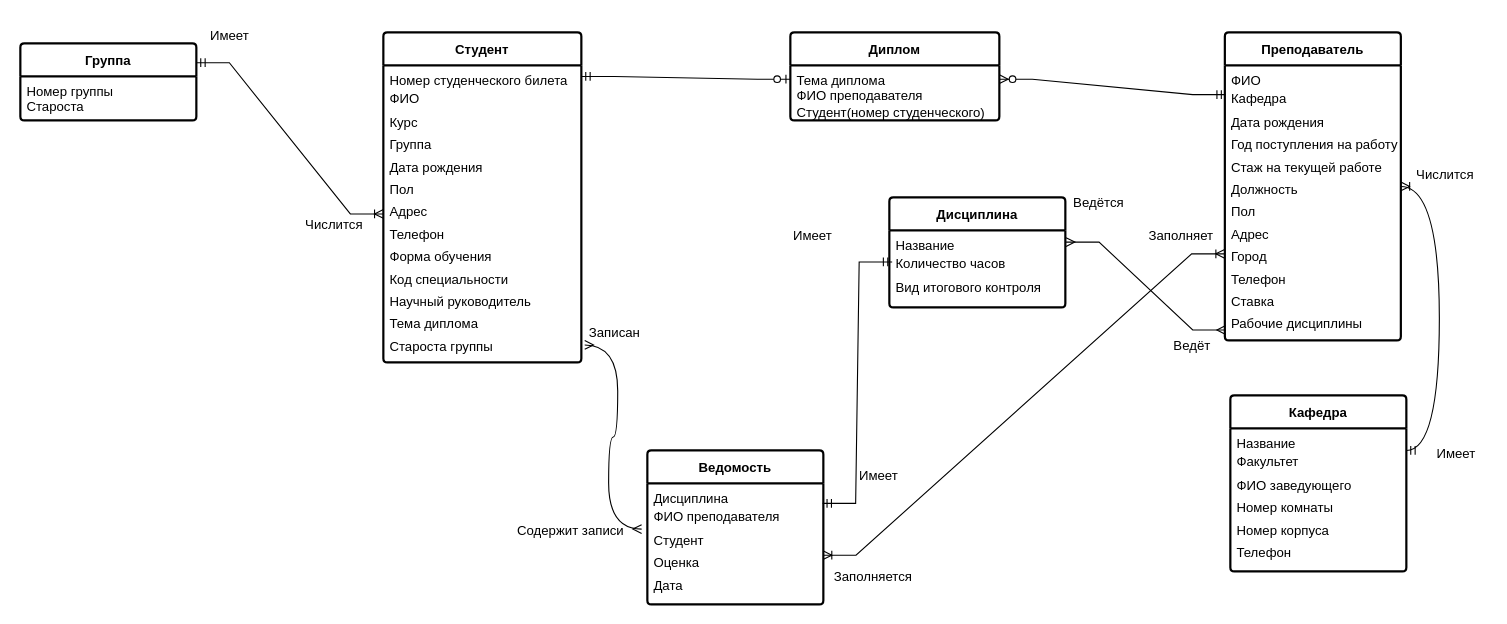
This is University/Копия Учебный отдел факультета.drawio from Vlad1000nn/MyGit, a draw.io file, before an edit. Source tidied: cells renumbered, new cells numbered last; positions are measured from the earlier drawing's top-left corner, leaving out a move shared by most shapes. Both pictures are drawn from the tidied source at 110%, with x=0, y=0 at pixel (20, 19).
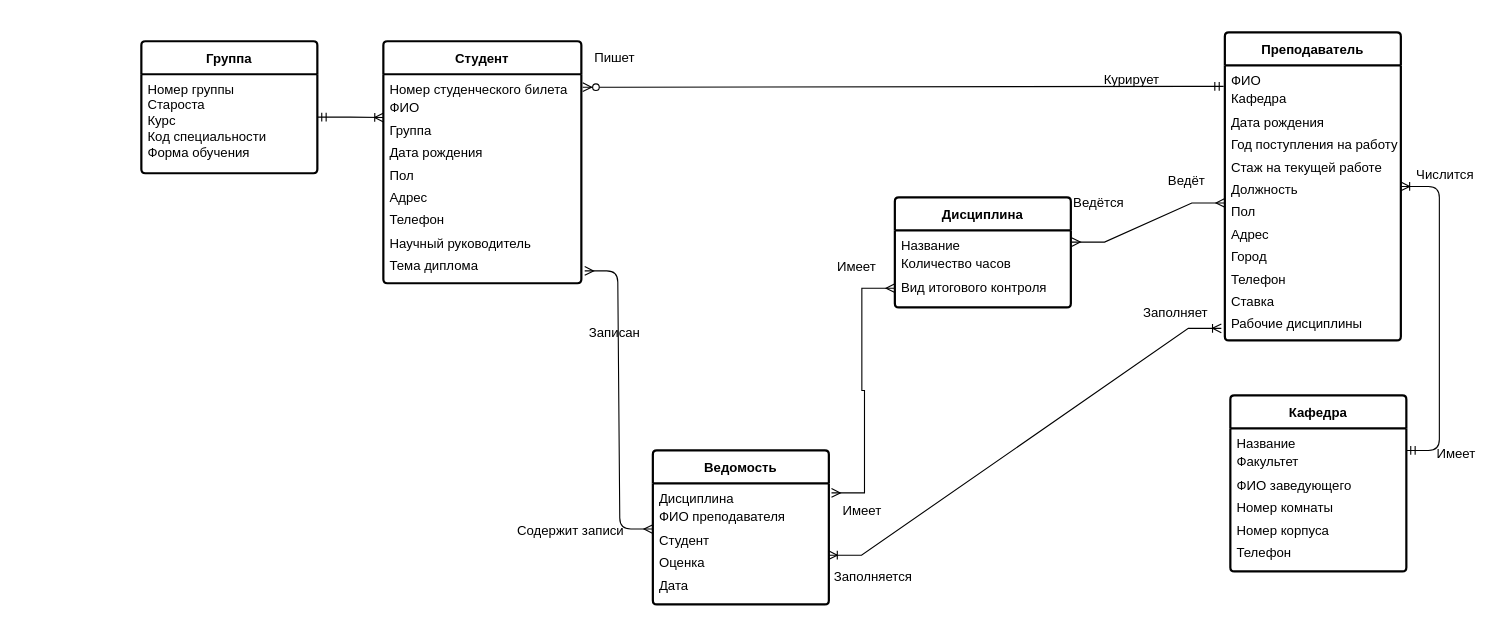
The same page after the edit.

The change refers to these unchanged cells:
```xml
<mxCell id="3" value="Название&lt;div style=&quot;line-height: 170%;&quot;&gt;Количество часов&lt;/div&gt;&lt;div style=&quot;line-height: 170%;&quot;&gt;Вид итогового контроля&lt;/div&gt;" style="align=left;strokeColor=none;fillColor=none;spacingLeft=4;fontSize=12;verticalAlign=top;html=1;" parent="2" vertex="1">
  <mxGeometry y="30" width="160" height="70" as="geometry" />
</mxCell>
<mxCell id="6" value="&lt;b&gt;&lt;font style=&quot;font-size: 12px;&quot;&gt;Преподаватель&lt;/font&gt;&lt;/b&gt;" style="swimlane;horizontal=1;startSize=30;rounded=1;fontSize=14;fontStyle=0;strokeWidth=2;shadow=0;dashed=0;align=center;arcSize=4;whiteSpace=wrap;html=1;" parent="1" vertex="1">
  <mxGeometry x="1095" y="12" width="160" height="280" as="geometry" />
</mxCell>
<mxCell id="7" value="ФИО&lt;div style=&quot;line-height: 170%;&quot;&gt;Кафедра&lt;/div&gt;&lt;div style=&quot;line-height: 170%;&quot;&gt;Дата рождения&lt;/div&gt;&lt;div style=&quot;line-height: 170%;&quot;&gt;Год поступления на работу&lt;/div&gt;&lt;div style=&quot;line-height: 170%;&quot;&gt;Стаж на текущей работе&lt;/div&gt;&lt;div style=&quot;line-height: 170%;&quot;&gt;Должность&lt;/div&gt;&lt;div style=&quot;line-height: 170%;&quot;&gt;Пол&lt;/div&gt;&lt;div style=&quot;line-height: 170%;&quot;&gt;Адрес&lt;/div&gt;&lt;div style=&quot;line-height: 170%;&quot;&gt;Город&lt;/div&gt;&lt;div style=&quot;line-height: 170%;&quot;&gt;Телефон&lt;/div&gt;&lt;div style=&quot;line-height: 170%;&quot;&gt;Ставка&lt;/div&gt;&lt;div style=&quot;line-height: 170%;&quot;&gt;Рабочие дисциплины&lt;/div&gt;" style="align=left;strokeColor=none;fillColor=none;spacingLeft=4;fontSize=12;verticalAlign=top;html=1;" parent="6" vertex="1">
  <mxGeometry y="30" width="160" height="250" as="geometry" />
</mxCell>
<mxCell id="11" value="Дисциплина&lt;div style=&quot;line-height: 170%;&quot;&gt;ФИО преподавателя&lt;/div&gt;&lt;div style=&quot;line-height: 170%;&quot;&gt;Студент&lt;/div&gt;&lt;div style=&quot;line-height: 170%;&quot;&gt;Оценка&lt;/div&gt;&lt;div style=&quot;line-height: 170%;&quot;&gt;Дата&lt;/div&gt;" style="align=left;strokeColor=none;fillColor=none;spacingLeft=4;fontSize=12;verticalAlign=top;html=1;" parent="10" vertex="1">
  <mxGeometry y="30" width="160" height="110" as="geometry" />
</mxCell>
<mxCell id="17" value="Содержит записи" style="text;html=1;align=center;verticalAlign=middle;points=[];strokeColor=none;fillColor=none;" parent="1" vertex="1">
  <mxGeometry x="440" y="450" width="120" height="30" as="geometry" />
</mxCell>
```

The edit, as a diff of the source:
```diff
@@
     <mxCell id="2" value="&lt;b&gt;&lt;font style=&quot;font-size: 12px;&quot;&gt;Дисциплина&lt;/font&gt;&lt;/b&gt;" style="swimlane;horizontal=1;startSize=30;rounded=1;fontSize=14;fontStyle=0;strokeWidth=2;shadow=0;dashed=0;align=center;arcSize=4;whiteSpace=wrap;html=1;" parent="1" vertex="1">
-      <mxGeometry x="790" y="162" width="160" height="100" as="geometry" />
+      <mxGeometry x="795" y="162" width="160" height="100" as="geometry" />
     </mxCell>
@@
     <mxCell id="8" value="&lt;b&gt;&lt;font style=&quot;font-size: 12px;&quot;&gt;Студент&lt;/font&gt;&lt;/b&gt;" style="swimlane;horizontal=1;startSize=30;rounded=1;fontSize=14;fontStyle=0;strokeWidth=2;shadow=0;dashed=0;align=center;arcSize=4;whiteSpace=wrap;html=1;" parent="1" vertex="1">
-      <mxGeometry x="330" y="12" width="180" height="300" as="geometry" />
+      <mxGeometry x="330" y="20" width="180" height="220" as="geometry" />
     </mxCell>
-    <mxCell id="9" value="Номер студенческого билета&lt;div style=&quot;line-height: 170%;&quot;&gt;ФИО&lt;/div&gt;&lt;div style=&quot;line-height: 170%;&quot;&gt;Курс&lt;/div&gt;&lt;div style=&quot;line-height: 170%;&quot;&gt;Группа&lt;/div&gt;&lt;div style=&quot;line-height: 170%;&quot;&gt;Дата рождения&lt;/div&gt;&lt;div style=&quot;line-height: 170%;&quot;&gt;Пол&lt;/div&gt;&lt;div style=&quot;line-height: 170%;&quot;&gt;Адрес&lt;/div&gt;&lt;div style=&quot;line-height: 170%;&quot;&gt;Телефон&lt;/div&gt;&lt;div style=&quot;line-height: 170%;&quot;&gt;Форма обучения&lt;/div&gt;&lt;div style=&quot;line-height: 170%;&quot;&gt;Код специальности&lt;/div&gt;&lt;div style=&quot;line-height: 170%;&quot;&gt;Научный руководитель&lt;/div&gt;&lt;div style=&quot;line-height: 170%;&quot;&gt;Тема диплома&lt;/div&gt;&lt;div style=&quot;line-height: 170%;&quot;&gt;Староста группы&lt;/div&gt;" style="align=left;strokeColor=none;fillColor=none;spacingLeft=4;fontSize=12;verticalAlign=top;html=1;" parent="8" vertex="1">
-      <mxGeometry y="30" width="180" height="270" as="geometry" />
+    <mxCell id="9" value="Номер студенческого билета&lt;div style=&quot;line-height: 170%;&quot;&gt;ФИО&lt;/div&gt;&lt;div style=&quot;line-height: 170%;&quot;&gt;Группа&lt;/div&gt;&lt;div style=&quot;line-height: 170%;&quot;&gt;Дата рождения&lt;/div&gt;&lt;div style=&quot;line-height: 170%;&quot;&gt;Пол&lt;/div&gt;&lt;div style=&quot;line-height: 170%;&quot;&gt;Адрес&lt;/div&gt;&lt;div style=&quot;line-height: 170%;&quot;&gt;Телефон&lt;/div&gt;&lt;div style=&quot;line-height: 170%;&quot;&gt;Научный руководитель&lt;/div&gt;&lt;div style=&quot;line-height: 170%;&quot;&gt;Тема диплома&lt;/div&gt;" style="align=left;strokeColor=none;fillColor=none;spacingLeft=4;fontSize=12;verticalAlign=top;html=1;" parent="8" vertex="1">
+      <mxGeometry y="30" width="180" height="190" as="geometry" />
     </mxCell>
     <mxCell id="10" value="&lt;b&gt;&lt;font style=&quot;font-size: 12px;&quot;&gt;Ведомость&lt;/font&gt;&lt;/b&gt;" style="swimlane;horizontal=1;startSize=30;rounded=1;fontSize=14;fontStyle=0;strokeWidth=2;shadow=0;dashed=0;align=center;arcSize=4;whiteSpace=wrap;html=1;" parent="1" vertex="1">
-      <mxGeometry x="570" y="392" width="160" height="140" as="geometry" />
+      <mxGeometry x="575" y="392" width="160" height="140" as="geometry" />
     </mxCell>
@@
-    <mxCell id="12" style="edgeStyle=entityRelationEdgeStyle;fontSize=12;html=1;endArrow=ERmany;startArrow=ERmany;rounded=0;entryX=0.005;entryY=0.962;entryDx=0;entryDy=0;entryPerimeter=0;exitX=1.004;exitY=0.151;exitDx=0;exitDy=0;exitPerimeter=0;" parent="1" edge="1" source="3" target="7">
+    <mxCell id="12" style="edgeStyle=entityRelationEdgeStyle;fontSize=12;html=1;endArrow=ERmany;startArrow=ERmany;rounded=0;entryX=0;entryY=0.5;entryDx=0;entryDy=0;exitX=1.004;exitY=0.151;exitDx=0;exitDy=0;exitPerimeter=0;" parent="1" edge="1" source="3" target="7">
       <mxGeometry relative="1" as="geometry" />
     </mxCell>
-    <mxCell id="13" style="edgeStyle=entityRelationEdgeStyle;fontSize=12;html=1;endArrow=ERmandOne;startArrow=ERmandOne;rounded=0;exitX=0.996;exitY=0.165;exitDx=0;exitDy=0;exitPerimeter=0;entryX=0.016;entryY=0.409;entryDx=0;entryDy=0;entryPerimeter=0;" parent="1" edge="1" source="11" target="3">
-      <mxGeometry relative="1" as="geometry" />
-    </mxCell>
-    <mxCell id="14" style="edgeStyle=entityRelationEdgeStyle;fontSize=12;html=1;endArrow=ERmany;startArrow=ERmany;rounded=0;exitX=1.04;exitY=0.45;exitDx=0;exitDy=0;exitPerimeter=0;entryX=1.017;entryY=0.941;entryDx=0;entryDy=0;entryPerimeter=0;curved=1;" parent="1" edge="1" source="17" target="9">
+    <mxCell id="14" style="edgeStyle=entityRelationEdgeStyle;fontSize=12;html=1;endArrow=ERmany;startArrow=ERmany;rounded=1;exitX=0;exitY=0.377;exitDx=0;exitDy=0;exitPerimeter=0;entryX=1.017;entryY=0.941;entryDx=0;entryDy=0;entryPerimeter=0;curved=0;" parent="1" edge="1" source="11" target="9">
       <mxGeometry relative="1" as="geometry">
         <Array as="points">
           <mxPoint x="360" y="502" />
           <mxPoint x="513" y="332" />
           <mxPoint x="590" y="262" />
           <mxPoint x="620" y="312" />
           <mxPoint x="550" y="332" />
         </Array>
       </mxGeometry>
     </mxCell>
-    <mxCell id="15" style="edgeStyle=entityRelationEdgeStyle;fontSize=12;html=1;endArrow=ERoneToMany;startArrow=ERoneToMany;rounded=0;exitX=0.998;exitY=0.593;exitDx=0;exitDy=0;exitPerimeter=0;entryX=-0.001;entryY=0.685;entryDx=0;entryDy=0;entryPerimeter=0;" parent="1" edge="1" source="11" target="7">
+    <mxCell id="15" style="edgeStyle=entityRelationEdgeStyle;fontSize=12;html=1;endArrow=ERoneToMany;startArrow=ERoneToMany;rounded=0;exitX=0.998;exitY=0.593;exitDx=0;exitDy=0;exitPerimeter=0;entryX=-0.02;entryY=0.956;entryDx=0;entryDy=0;entryPerimeter=0;" parent="1" edge="1" source="11" target="7">
       <mxGeometry relative="1" as="geometry" />
     </mxCell>
@@
-    <mxCell id="18" style="edgeStyle=entityRelationEdgeStyle;fontSize=12;html=1;endArrow=ERoneToMany;startArrow=ERmandOne;rounded=0;curved=1;" parent="1" edge="1" target="6">
+    <mxCell id="18" style="edgeStyle=entityRelationEdgeStyle;fontSize=12;html=1;endArrow=ERoneToMany;startArrow=ERmandOne;rounded=1;curved=0;" parent="1" edge="1" target="6">
       <mxGeometry relative="1" as="geometry">
         <mxPoint x="1260" y="392" as="sourcePoint" />
         <Array as="points">
           <mxPoint x="1330" y="222" />
         </Array>
       </mxGeometry>
     </mxCell>
@@
     <mxCell id="22" value="Заполняет" style="text;html=1;align=center;verticalAlign=middle;strokeColor=none;fillColor=none;" parent="1" vertex="1">
-      <mxGeometry x="1015" y="182" width="80" height="30" as="geometry" />
+      <mxGeometry x="1010" y="252" width="80" height="30" as="geometry" />
     </mxCell>
@@
     <mxCell id="24" value="Ведёт" style="text;html=1;align=center;verticalAlign=middle;strokeColor=none;fillColor=none;" parent="1" vertex="1">
-      <mxGeometry x="1035" y="282" width="60" height="30" as="geometry" />
+      <mxGeometry x="1030" y="132" width="60" height="30" as="geometry" />
     </mxCell>
     <mxCell id="25" value="Имеет" style="text;html=1;align=center;verticalAlign=middle;strokeColor=none;fillColor=none;" parent="1" vertex="1">
-      <mxGeometry x="690" y="182" width="60" height="30" as="geometry" />
+      <mxGeometry x="730" y="210" width="60" height="30" as="geometry" />
     </mxCell>
     <mxCell id="26" value="Имеет" style="text;html=1;align=center;verticalAlign=middle;strokeColor=none;fillColor=none;" parent="1" vertex="1">
-      <mxGeometry x="750" y="400" width="60" height="30" as="geometry" />
+      <mxGeometry x="735" y="432" width="60" height="30" as="geometry" />
     </mxCell>
+    <mxCell id="36" style="edgeStyle=entityRelationEdgeStyle;fontSize=12;html=1;endArrow=ERzeroToMany;startArrow=ERmandOne;rounded=0;exitX=-0.007;exitY=0.076;exitDx=0;exitDy=0;exitPerimeter=0;entryX=1.007;entryY=0.062;entryDx=0;entryDy=0;entryPerimeter=0;" parent="1" edge="1" source="7" target="9">
+      <mxGeometry relative="1" as="geometry" />
+    </mxCell>
+    <mxCell id="37" value="Пишет" style="text;html=1;align=center;verticalAlign=middle;strokeColor=none;fillColor=none;" parent="1" vertex="1">
+      <mxGeometry x="510" y="20" width="60" height="30" as="geometry" />
+    </mxCell>
+    <mxCell id="38" value="Курирует" style="text;html=1;align=center;verticalAlign=middle;strokeColor=none;fillColor=none;" parent="1" vertex="1">
+      <mxGeometry x="975" y="40" width="70" height="30" as="geometry" />
+    </mxCell>
-    <mxCell id="27" value="&lt;b&gt;&lt;font style=&quot;font-size: 12px;&quot;&gt;Группа&lt;/font&gt;&lt;/b&gt;" style="swimlane;horizontal=1;startSize=30;rounded=1;fontSize=14;fontStyle=0;strokeWidth=2;shadow=0;dashed=0;align=center;arcSize=4;whiteSpace=wrap;html=1;" parent="1" vertex="1">
-      <mxGeometry y="22" width="160" height="70" as="geometry" />
+    <mxCell id="27" value="&lt;font size=&quot;1&quot; style=&quot;&quot;&gt;&lt;b style=&quot;font-size: 12px;&quot;&gt;Группа&lt;/b&gt;&lt;/font&gt;" style="swimlane;horizontal=1;startSize=30;rounded=1;fontSize=14;fontStyle=0;strokeWidth=2;shadow=0;dashed=0;align=center;arcSize=4;whiteSpace=wrap;html=1;" parent="1" vertex="1">
+      <mxGeometry x="110" y="20" width="160" height="120" as="geometry" />
     </mxCell>
-    <mxCell id="28" value="Номер группы&lt;div&gt;Староста&lt;/div&gt;" style="align=left;strokeColor=none;fillColor=none;spacingLeft=4;fontSize=12;verticalAlign=top;html=1;" parent="27" vertex="1">
-      <mxGeometry y="30" width="160" height="40" as="geometry" />
-    </mxCell>
-    <mxCell id="29" style="edgeStyle=entityRelationEdgeStyle;fontSize=12;html=1;endArrow=ERoneToMany;startArrow=ERmandOne;rounded=0;exitX=1;exitY=0.25;exitDx=0;exitDy=0;" parent="1" edge="1" source="27" target="9">
-      <mxGeometry relative="1" as="geometry" />
-    </mxCell>
-    <mxCell id="30" value="Имеет" style="text;html=1;align=center;verticalAlign=middle;strokeColor=none;fillColor=none;" parent="1" vertex="1">
-      <mxGeometry x="160" width="60" height="30" as="geometry" />
-    </mxCell>
-    <mxCell id="31" value="Числится" style="text;html=1;align=center;verticalAlign=middle;strokeColor=none;fillColor=none;" parent="1" vertex="1">
-      <mxGeometry x="245" y="172" width="80" height="30" as="geometry" />
-    </mxCell>
-    <mxCell id="32" value="&lt;font style=&quot;font-size: 12px;&quot;&gt;&lt;b&gt;Диплом&lt;/b&gt;&lt;/font&gt;" style="swimlane;horizontal=1;startSize=30;rounded=1;fontSize=14;fontStyle=0;strokeWidth=2;shadow=0;dashed=0;align=center;arcSize=4;whiteSpace=wrap;html=1;" parent="1" vertex="1">
-      <mxGeometry x="700" y="12" width="190" height="80" as="geometry" />
-    </mxCell>
-    <mxCell id="33" value="Тема диплома&lt;div&gt;ФИО преподавателя&lt;/div&gt;&lt;div&gt;Студент(номер студенческого)&lt;/div&gt;" style="align=left;strokeColor=none;fillColor=none;spacingLeft=4;fontSize=12;verticalAlign=top;html=1;" parent="32" vertex="1">
-      <mxGeometry y="30" width="190" height="50" as="geometry" />
-    </mxCell>
-    <mxCell id="34" style="edgeStyle=entityRelationEdgeStyle;fontSize=12;html=1;endArrow=ERzeroToOne;startArrow=ERmandOne;rounded=0;entryX=0;entryY=0.25;entryDx=0;entryDy=0;" parent="1" edge="1" target="33">
-      <mxGeometry relative="1" as="geometry">
-        <mxPoint x="510" y="52" as="sourcePoint" />
-      </mxGeometry>
-    </mxCell>
-    <mxCell id="35" style="edgeStyle=entityRelationEdgeStyle;fontSize=12;html=1;endArrow=ERzeroToMany;startArrow=ERmandOne;rounded=0;entryX=1;entryY=0.25;entryDx=0;entryDy=0;exitX=0.005;exitY=0.106;exitDx=0;exitDy=0;exitPerimeter=0;" parent="1" edge="1" source="7" target="33">
-      <mxGeometry relative="1" as="geometry" />
-    </mxCell>
+    <mxCell id="39" value="Номер группы&lt;div&gt;Староста&lt;/div&gt;&lt;div&gt;Курс&lt;/div&gt;&lt;div&gt;Код специальности&lt;br&gt;Форма обучения&lt;/div&gt;" style="align=left;strokeColor=none;fillColor=none;spacingLeft=4;fontSize=12;verticalAlign=top;html=1;" parent="27" vertex="1">
+      <mxGeometry y="30" width="160" height="90" as="geometry" />
+    </mxCell>
+    <mxCell id="40" style="edgeStyle=entityRelationEdgeStyle;fontSize=12;html=1;endArrow=ERoneToMany;startArrow=ERmandOne;rounded=0;entryX=0.001;entryY=0.207;entryDx=0;entryDy=0;entryPerimeter=0;" parent="1" edge="1" target="9">
+      <mxGeometry relative="1" as="geometry">
+        <mxPoint x="270" y="89" as="sourcePoint" />
+      </mxGeometry>
+    </mxCell>
+    <mxCell id="13" style="edgeStyle=entityRelationEdgeStyle;fontSize=12;html=1;endArrow=ERmany;startArrow=ERmany;rounded=0;entryX=0;entryY=0.75;entryDx=0;entryDy=0;exitX=1.015;exitY=0.078;exitDx=0;exitDy=0;exitPerimeter=0;" parent="1" edge="1" source="11" target="3">
+      <mxGeometry relative="1" as="geometry" />
+    </mxCell>
```
